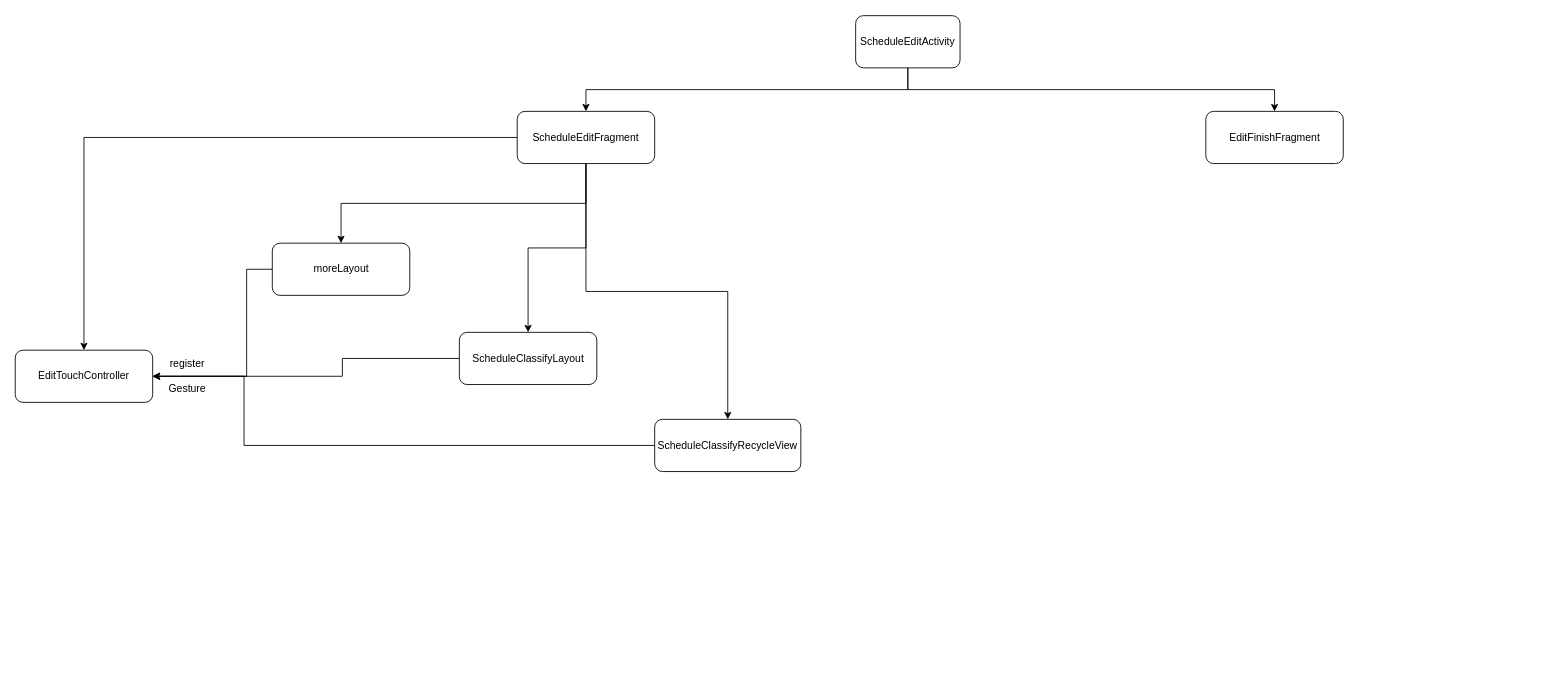
The draw.io diagram page "第 3 页" (3 of 3) of 时光序编辑页.drawio in cangwang/Canvas, before the edit. Source tidied: cells renumbered, new cells numbered last; positions are measured from the earlier drawing's top-left corner, leaving out a move shared by most shapes. Both pictures are drawn from the tidied source at 87%, with x=0, y=0 at pixel (15, 16).
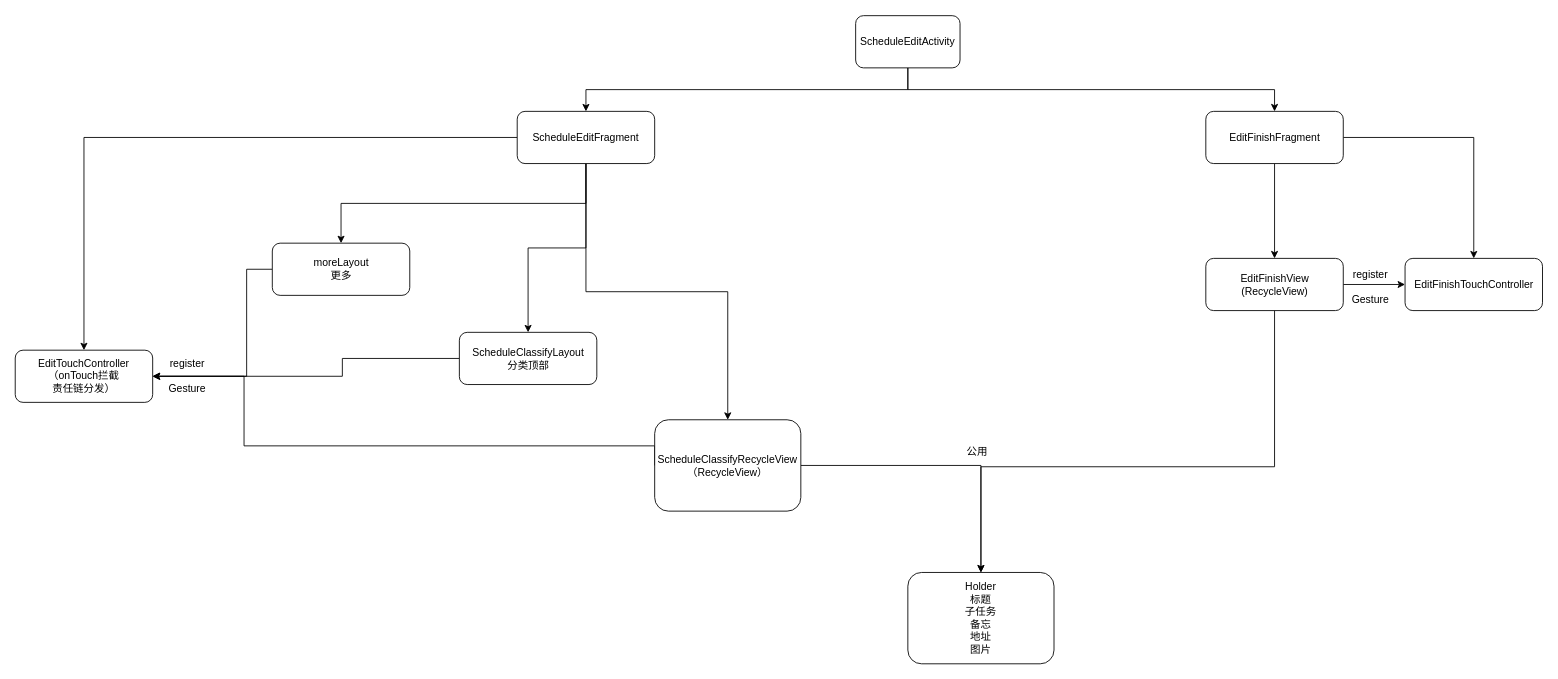
After the change.

Commit message:
更新时光序编辑页.drawio

Unchanged cells that the change refers to:
```xml
<mxCell id="10" value="EditFinishFragment" style="rounded=1;whiteSpace=wrap;html=1;" parent="1" vertex="1">
  <mxGeometry x="1368.5" y="109.5" width="158" height="60" as="geometry" />
</mxCell>
```

What changed in the source:
```diff
@@
+    <mxCell id="19" style="edgeStyle=orthogonalEdgeStyle;rounded=0;jettySize=auto;html=1;exitX=0.5;exitY=1;exitDx=0;exitDy=0;" parent="1" edge="1" source="10" target="25">
+      <mxGeometry relative="1" as="geometry" />
+    </mxCell>
+    <mxCell id="20" style="edgeStyle=orthogonalEdgeStyle;rounded=0;jettySize=auto;html=1;exitX=1;exitY=0.5;exitDx=0;exitDy=0;" parent="1" edge="1" source="10" target="22">
+      <mxGeometry relative="1" as="geometry" />
+    </mxCell>
@@
-    <mxCell id="12" value="moreLayout" style="rounded=1;whiteSpace=wrap;html=1;" parent="1" vertex="1">
+    <mxCell id="12" value="moreLayout&lt;br&gt;更多" style="rounded=1;whiteSpace=wrap;html=1;" parent="1" vertex="1">
       <mxGeometry x="295.5" y="261" width="158" height="60" as="geometry" />
     </mxCell>
@@
-    <mxCell id="14" value="ScheduleClassifyLayout" style="rounded=1;whiteSpace=wrap;html=1;" parent="1" vertex="1">
+    <mxCell id="14" value="ScheduleClassifyLayout&lt;br&gt;分类顶部" style="rounded=1;whiteSpace=wrap;html=1;" parent="1" vertex="1">
       <mxGeometry x="510.5" y="363.5" width="158" height="60" as="geometry" />
     </mxCell>
@@
+    <mxCell id="21" style="edgeStyle=orthogonalEdgeStyle;rounded=0;jettySize=auto;html=1;exitX=1;exitY=0.5;exitDx=0;exitDy=0;" parent="1" edge="1" source="16" target="27">
+      <mxGeometry relative="1" as="geometry" />
+    </mxCell>
-    <mxCell id="16" value="ScheduleClassifyRecycleView" style="rounded=1;whiteSpace=wrap;html=1;" parent="1" vertex="1">
-      <mxGeometry x="735" y="463.5" width="168" height="60" as="geometry" />
+    <mxCell id="16" value="ScheduleClassifyRecycleView&lt;br&gt;（RecycleView）" style="rounded=1;whiteSpace=wrap;html=1;" parent="1" vertex="1">
+      <mxGeometry x="735" y="464" width="168" height="105" as="geometry" />
     </mxCell>
-    <mxCell id="17" value="EditTouchController" style="rounded=1;whiteSpace=wrap;html=1;" parent="1" vertex="1">
+    <mxCell id="17" value="EditTouchController&lt;br&gt;（onTouch拦截&lt;br&gt;责任链分发）" style="rounded=1;whiteSpace=wrap;html=1;" parent="1" vertex="1">
       <mxGeometry y="384" width="158" height="60" as="geometry" />
     </mxCell>
@@
+    <mxCell id="22" value="EditFinishTouchController" style="rounded=1;whiteSpace=wrap;html=1;" parent="1" vertex="1">
+      <mxGeometry x="1597.5" y="278.5" width="158" height="60" as="geometry" />
+    </mxCell>
+    <mxCell id="23" style="edgeStyle=orthogonalEdgeStyle;rounded=0;jettySize=auto;html=1;exitX=1;exitY=0.5;exitDx=0;exitDy=0;" parent="1" edge="1" source="25" target="22">
+      <mxGeometry relative="1" as="geometry" />
+    </mxCell>
+    <mxCell id="24" style="edgeStyle=orthogonalEdgeStyle;rounded=0;jettySize=auto;html=1;exitX=0.5;exitY=1;exitDx=0;exitDy=0;" parent="1" edge="1" source="25" target="27">
+      <mxGeometry relative="1" as="geometry">
+        <Array as="points">
+          <mxPoint x="1448" y="518" />
+          <mxPoint x="1110" y="518" />
+        </Array>
+      </mxGeometry>
+    </mxCell>
+    <mxCell id="25" value="EditFinishView&lt;br&gt;(RecycleView)" style="rounded=1;whiteSpace=wrap;html=1;" parent="1" vertex="1">
+      <mxGeometry x="1368.5" y="278.5" width="158" height="60" as="geometry" />
+    </mxCell>
+    <mxCell id="26" value="register&lt;br&gt;&lt;br&gt;Gesture" style="text;html=1;strokeColor=none;fillColor=none;align=center;verticalAlign=middle;whiteSpace=wrap;rounded=0;" parent="1" vertex="1">
+      <mxGeometry x="1537.6" y="301" width="40" height="20" as="geometry" />
+    </mxCell>
+    <mxCell id="27" value="Holder&lt;br&gt;标题&lt;br&gt;子任务&lt;br&gt;备忘&lt;br&gt;地址&lt;br&gt;图片" style="rounded=1;whiteSpace=wrap;html=1;" parent="1" vertex="1">
+      <mxGeometry x="1026" y="639.5" width="168" height="105" as="geometry" />
+    </mxCell>
+    <mxCell id="28" value="公用" style="text;html=1;strokeColor=none;fillColor=none;align=center;verticalAlign=middle;whiteSpace=wrap;rounded=0;" parent="1" vertex="1">
+      <mxGeometry x="1086" y="491" width="40" height="20" as="geometry" />
+    </mxCell>
```
